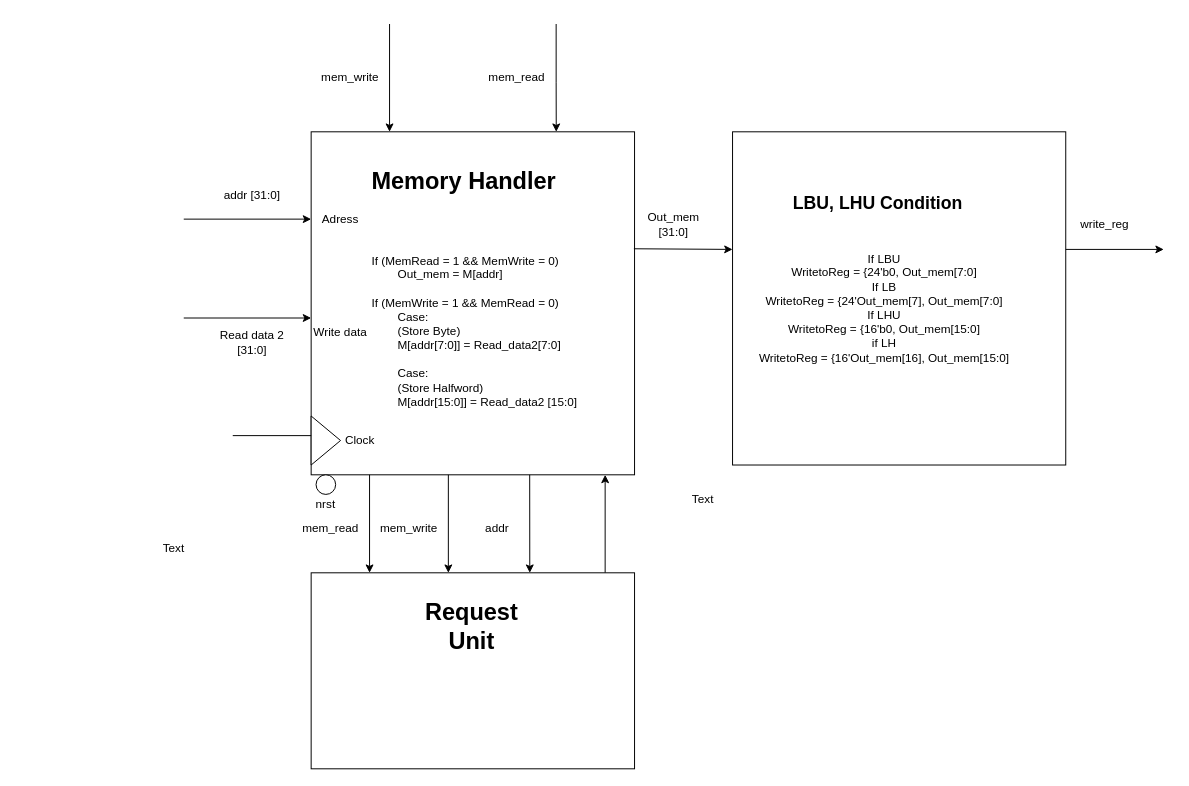
Above: RTL_Diagrams/Data_memory.drawio in limichael246/STARS_2024 (draw.io), before the change. Source tidied: cells renumbered, new cells numbered last; positions are measured from the earlier drawing's top-left corner, leaving out a move shared by most shapes. Both pictures are drawn from the tidied source at 98%, with x=0, y=0 at pixel (144, 24).
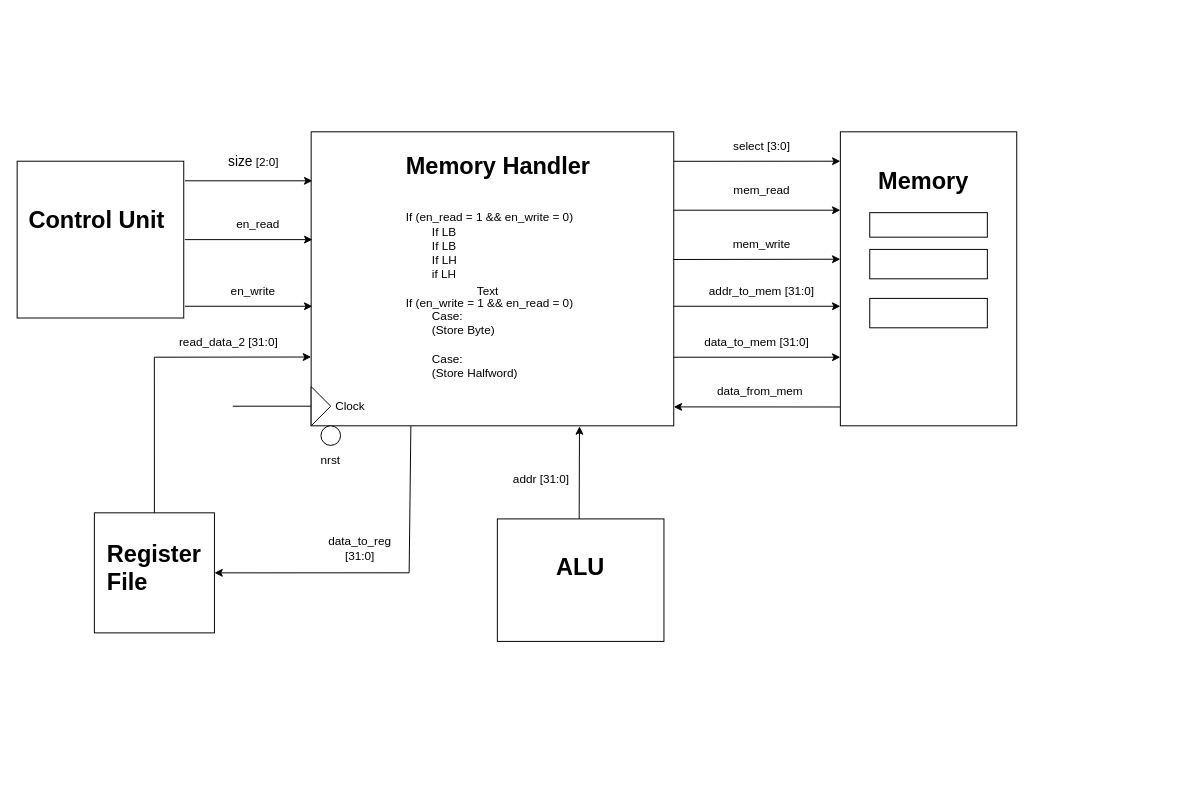
The same page after the edit.

The edit, as a diff of the source:
```diff
@@
     <mxCell id="2" style="rounded=0;whiteSpace=wrap;html=1;" parent="1" vertex="1">
-      <mxGeometry x="170" y="110" width="330" height="350" as="geometry" />
+      <mxGeometry x="170" y="110" width="370" height="300" as="geometry" />
     </mxCell>
     <mxCell id="3" style="endArrow=classic;html=1;rounded=0;entryX=-0.006;entryY=0.804;entryDx=0;entryDy=0;entryPerimeter=0;" parent="1" edge="1">
       <mxGeometry relative="1" as="geometry">
-        <mxPoint x="40" y="300" as="sourcePoint" />
-        <mxPoint x="170" y="300" as="targetPoint" />
+        <mxPoint x="41.2" y="220" as="sourcePoint" />
+        <mxPoint x="171.3" y="220" as="targetPoint" />
       </mxGeometry>
     </mxCell>
-    <mxCell id="4" value="Read data 2 [31:0]" style="text;html=1;align=center;verticalAlign=middle;whiteSpace=wrap;rounded=0;" parent="1" vertex="1">
-      <mxGeometry x="70" y="310" width="80" height="30" as="geometry" />
-    </mxCell>
     <mxCell id="5" style="endArrow=classic;html=1;rounded=0;" parent="1" edge="1">
       <mxGeometry relative="1" as="geometry">
-        <mxPoint x="40" y="199.1" as="sourcePoint" />
-        <mxPoint x="170" y="199.1" as="targetPoint" />
+        <mxPoint x="41.2" y="160" as="sourcePoint" />
+        <mxPoint x="171.2" y="160" as="targetPoint" />
       </mxGeometry>
     </mxCell>
-    <mxCell id="6" value="addr [31:0]" style="text;html=1;align=center;verticalAlign=middle;whiteSpace=wrap;rounded=0;" parent="1" vertex="1">
-      <mxGeometry x="70" y="160" width="80" height="30" as="geometry" />
-    </mxCell>
-    <mxCell id="7" value="Write data" style="text;html=1;align=center;verticalAlign=middle;whiteSpace=wrap;rounded=0;" parent="1" vertex="1">
-      <mxGeometry x="170" y="300" width="60" height="30" as="geometry" />
-    </mxCell>
-    <mxCell id="8" value="Adress" style="text;html=1;align=center;verticalAlign=middle;whiteSpace=wrap;rounded=0;" parent="1" vertex="1">
-      <mxGeometry x="170" y="185" width="60" height="30" as="geometry" />
-    </mxCell>
-    <mxCell id="9" style="endArrow=classic;html=1;rounded=0;entryX=0.342;entryY=-0.002;entryDx=0;entryDy=0;entryPerimeter=0;" parent="1" edge="1">
-      <mxGeometry relative="1" as="geometry">
-        <mxPoint x="250" as="sourcePoint" />
-        <mxPoint x="250" y="110" as="targetPoint" />
-      </mxGeometry>
-    </mxCell>
-    <mxCell id="10" value="mem_write" style="text;html=1;align=center;verticalAlign=middle;whiteSpace=wrap;rounded=0;" parent="1" vertex="1">
-      <mxGeometry x="180" y="40" width="60" height="30" as="geometry" />
-    </mxCell>
-    <mxCell id="11" style="endArrow=classic;html=1;rounded=0;entryX=0.839;entryY=0;entryDx=0;entryDy=0;entryPerimeter=0;" parent="1" edge="1">
-      <mxGeometry relative="1" as="geometry">
-        <mxPoint x="420" as="sourcePoint" />
-        <mxPoint x="420.1" y="110" as="targetPoint" />
-        <Array as="points">
-          <mxPoint x="420" y="60" />
-        </Array>
-      </mxGeometry>
-    </mxCell>
-    <mxCell id="12" value="mem_read" style="text;html=1;align=center;verticalAlign=middle;whiteSpace=wrap;rounded=0;" parent="1" vertex="1">
-      <mxGeometry x="350" y="40" width="60" height="30" as="geometry" />
-    </mxCell>
-    <mxCell id="13" style="endArrow=classic;html=1;rounded=0;exitX=0.998;exitY=0.341;exitDx=0;exitDy=0;exitPerimeter=0;" parent="1" edge="1" source="2">
-      <mxGeometry relative="1" as="geometry">
-        <mxPoint x="600" y="230" as="targetPoint" />
-      </mxGeometry>
-    </mxCell>
-    <mxCell id="14" value="&lt;h1 style=&quot;margin-top: 0px;&quot;&gt;Memory Handler&lt;/h1&gt;&lt;div&gt;&lt;br&gt;&lt;/div&gt;&lt;div&gt;&lt;br&gt;&lt;/div&gt;&lt;div&gt;&lt;br&gt;&lt;/div&gt;&lt;div&gt;If (MemRead = 1 &amp;amp;&amp;amp; MemWrite = 0)&amp;nbsp;&lt;/div&gt;&lt;div&gt;&lt;span style=&quot;white-space: pre;&quot;&gt;&#9;&lt;/span&gt;&lt;span style=&quot;background-color: initial;&quot;&gt;Out_mem = M[addr]&lt;/span&gt;&lt;br&gt;&lt;/div&gt;&lt;div&gt;&lt;br&gt;&lt;/div&gt;&lt;div&gt;If (MemWrite = 1 &amp;amp;&amp;amp; MemRead = 0)&lt;/div&gt;&lt;div&gt;&lt;span style=&quot;white-space: pre;&quot;&gt;&#9;&lt;/span&gt;Case:&amp;nbsp;&lt;/div&gt;&lt;div&gt;&lt;span style=&quot;white-space: pre;&quot;&gt;&#9;&lt;/span&gt;(Store Byte)&lt;br&gt;&lt;/div&gt;&lt;div&gt;&lt;span style=&quot;white-space: pre;&quot;&gt;&#9;&lt;/span&gt;M[addr[7:0]] = Read_data2[7:0]&lt;br&gt;&lt;/div&gt;&lt;div&gt;&lt;br&gt;&lt;/div&gt;&lt;div&gt;&lt;span style=&quot;white-space: pre;&quot;&gt;&#9;&lt;/span&gt;Case:&amp;nbsp;&lt;br&gt;&lt;/div&gt;&lt;div&gt;&lt;span style=&quot;white-space: pre;&quot;&gt;&#9;&lt;/span&gt;(Store Halfword)&lt;br&gt;&lt;/div&gt;&lt;div&gt;&lt;span style=&quot;white-space: pre;&quot;&gt;&#9;&lt;/span&gt;M[addr[15:0]] = Read_data2 [15:0]&lt;/div&gt;" style="text;html=1;whiteSpace=wrap;overflow=hidden;rounded=0;" parent="1" vertex="1">
-      <mxGeometry x="230" y="140" width="260" height="290" as="geometry" />
+    <mxCell id="14" value="&lt;h1 style=&quot;margin-top: 0px;&quot;&gt;Memory Handler&lt;/h1&gt;&lt;div&gt;&lt;br&gt;&lt;/div&gt;&lt;div&gt;If (en_read = 1 &amp;amp;&amp;amp; en_write = 0)&amp;nbsp;&lt;/div&gt;&lt;div&gt;&lt;span style=&quot;white-space: pre;&quot;&gt;&#9;&lt;/span&gt;&lt;span style=&quot;text-align: center; background-color: initial;&quot;&gt;If LB&lt;/span&gt;&lt;/div&gt;&lt;div&gt;&lt;span style=&quot;background-color: initial; text-align: center;&quot;&gt;&amp;nbsp; &amp;nbsp; &amp;nbsp; &amp;nbsp; If LB&lt;/span&gt;&lt;/div&gt;&lt;div&gt;&lt;span style=&quot;background-color: initial; text-align: center;&quot;&gt;&amp;nbsp; &amp;nbsp; &amp;nbsp; &amp;nbsp; If LH&lt;/span&gt;&lt;/div&gt;&lt;div&gt;&lt;span style=&quot;background-color: initial; text-align: center;&quot;&gt;&amp;nbsp; &amp;nbsp; &amp;nbsp; &amp;nbsp; if LH&lt;/span&gt;&lt;/div&gt;&lt;div&gt;&lt;span style=&quot;background-color: initial;&quot;&gt;&lt;br&gt;&lt;/span&gt;&lt;/div&gt;&lt;div&gt;&lt;span style=&quot;background-color: initial;&quot;&gt;If (en_write = 1 &amp;amp;&amp;amp; en_read = 0)&lt;/span&gt;&lt;/div&gt;&lt;div&gt;&lt;span style=&quot;white-space: pre;&quot;&gt;&#9;&lt;/span&gt;Case:&amp;nbsp;&lt;/div&gt;&lt;div&gt;&lt;span style=&quot;white-space: pre;&quot;&gt;&#9;&lt;/span&gt;(Store Byte)&lt;br&gt;&lt;/div&gt;&lt;div&gt;&lt;br&gt;&lt;/div&gt;&lt;div&gt;&lt;span style=&quot;white-space: pre;&quot;&gt;&#9;&lt;/span&gt;Case:&amp;nbsp;&lt;br&gt;&lt;/div&gt;&lt;div&gt;&lt;span style=&quot;white-space: pre;&quot;&gt;&#9;&lt;/span&gt;(Store Halfword)&lt;br&gt;&lt;/div&gt;&lt;div&gt;&lt;br&gt;&lt;/div&gt;" style="text;html=1;whiteSpace=wrap;overflow=hidden;rounded=0;" parent="1" vertex="1">
+      <mxGeometry x="265" y="125" width="260" height="265" as="geometry" />
     </mxCell>
-    <mxCell id="15" value="Out_mem [31:0]" style="text;html=1;align=center;verticalAlign=middle;whiteSpace=wrap;rounded=0;" parent="1" vertex="1">
-      <mxGeometry x="510" y="190" width="60" height="30" as="geometry" />
-    </mxCell>
-    <mxCell id="16" style="whiteSpace=wrap;html=1;" parent="1" vertex="1">
-      <mxGeometry x="600" y="110" width="340" height="340" as="geometry" />
-    </mxCell>
-    <mxCell id="17" value="If LBU&lt;div&gt;WritetoReg = {24'b0, Out_mem[7:0]&lt;/div&gt;&lt;div&gt;If LB&lt;/div&gt;&lt;div&gt;WritetoReg = {24'Out_mem[7], Out_mem[7:0]&lt;/div&gt;&lt;div&gt;If LHU&lt;/div&gt;&lt;div&gt;WritetoReg = {16'b0, Out_mem[15:0]&lt;/div&gt;&lt;div&gt;if LH&lt;/div&gt;&lt;div&gt;&lt;span style=&quot;background-color: initial;&quot;&gt;WritetoReg = {16'Out_mem[16], Out_mem[15:0]&lt;/span&gt;&lt;/div&gt;" style="text;html=1;align=center;verticalAlign=middle;whiteSpace=wrap;rounded=0;" parent="1" vertex="1">
-      <mxGeometry x="610" y="220" width="290" height="140" as="geometry" />
-    </mxCell>
-    <mxCell id="18" style="endArrow=classic;html=1;rounded=0;" parent="1" edge="1">
-      <mxGeometry relative="1" as="geometry">
-        <mxPoint x="940" y="230" as="sourcePoint" />
-        <mxPoint x="1040" y="230" as="targetPoint" />
-      </mxGeometry>
-    </mxCell>
-    <mxCell id="19" value="write_reg" style="text;html=1;align=center;verticalAlign=middle;whiteSpace=wrap;rounded=0;" parent="1" vertex="1">
-      <mxGeometry x="950" y="190" width="60" height="30" as="geometry" />
-    </mxCell>
-    <mxCell id="20" value="&lt;h1 style=&quot;margin-top: 0px;&quot;&gt;&lt;font style=&quot;font-size: 18px;&quot;&gt;LBU, LHU Condition&lt;/font&gt;&lt;/h1&gt;" style="text;html=1;whiteSpace=wrap;overflow=hidden;rounded=0;" parent="1" vertex="1">
-      <mxGeometry x="660" y="160" width="180" height="50" as="geometry" />
-    </mxCell>
-    <mxCell id="21" style="endArrow=classic;html=1;rounded=0;" parent="1" edge="1">
+    <mxCell id="21" style="endArrow=classic;html=1;rounded=0;entryX=0.74;entryY=1.002;entryDx=0;entryDy=0;entryPerimeter=0;" parent="1" edge="1" target="2">
       <mxGeometry relative="1" as="geometry">
-        <mxPoint x="470" y="560" as="sourcePoint" />
-        <mxPoint x="470" y="460" as="targetPoint" />
+        <mxPoint x="443.5" y="505" as="sourcePoint" />
       </mxGeometry>
     </mxCell>
-    <mxCell id="22" style="endArrow=classic;html=1;rounded=0;" parent="1" edge="1">
-      <mxGeometry relative="1" as="geometry">
-        <mxPoint x="229.6" y="460" as="sourcePoint" />
-        <mxPoint x="229.6" y="560" as="targetPoint" />
-      </mxGeometry>
-    </mxCell>
     <mxCell id="23" style="triangle;whiteSpace=wrap;html=1;" parent="1" vertex="1">
-      <mxGeometry x="170" y="400" width="30" height="50" as="geometry" />
+      <mxGeometry x="170" y="370" width="20" height="40" as="geometry" />
     </mxCell>
     <mxCell id="24" style="endArrow=none;html=1;rounded=0;" parent="1" edge="1">
       <mxGeometry relative="1" as="geometry">
-        <mxPoint x="90" y="420" as="sourcePoint" />
-        <mxPoint x="170" y="420" as="targetPoint" />
+        <mxPoint x="90" y="390" as="sourcePoint" />
+        <mxPoint x="170" y="390" as="targetPoint" />
       </mxGeometry>
     </mxCell>
     <mxCell id="25" value="Clock" style="text;html=1;align=center;verticalAlign=middle;whiteSpace=wrap;rounded=0;" parent="1" vertex="1">
-      <mxGeometry x="190" y="410" width="60" height="30" as="geometry" />
+      <mxGeometry x="180" y="375" width="60" height="30" as="geometry" />
     </mxCell>
     <mxCell id="26" style="ellipse;whiteSpace=wrap;html=1;" parent="1" vertex="1">
-      <mxGeometry x="175" y="460" width="20" height="20" as="geometry" />
+      <mxGeometry x="180" y="410" width="20" height="20" as="geometry" />
     </mxCell>
     <mxCell id="27" value="nrst" style="text;html=1;align=center;verticalAlign=middle;whiteSpace=wrap;rounded=0;" parent="1" vertex="1">
-      <mxGeometry x="155" y="475" width="60" height="30" as="geometry" />
+      <mxGeometry x="160" y="430" width="60" height="30" as="geometry" />
     </mxCell>
-    <mxCell id="28" style="endArrow=classic;html=1;rounded=0;" parent="1" edge="1">
-      <mxGeometry relative="1" as="geometry">
-        <mxPoint x="310" y="460" as="sourcePoint" />
-        <mxPoint x="310" y="560" as="targetPoint" />
-      </mxGeometry>
-    </mxCell>
     <mxCell id="29" style="rounded=0;whiteSpace=wrap;html=1;" parent="1" vertex="1">
-      <mxGeometry x="170" y="560" width="330" height="200" as="geometry" />
+      <mxGeometry x="360" y="505" width="170" height="125" as="geometry" />
     </mxCell>
-    <mxCell id="30" value="&lt;font style=&quot;font-size: 24px;&quot;&gt;&lt;b&gt;Request Unit&lt;/b&gt;&lt;/font&gt;" style="text;html=1;align=center;verticalAlign=middle;whiteSpace=wrap;rounded=0;" parent="1" vertex="1">
-      <mxGeometry x="274" y="600" width="120" height="30" as="geometry" />
+    <mxCell id="30" value="&lt;font style=&quot;font-size: 24px;&quot;&gt;&lt;b&gt;ALU&lt;/b&gt;&lt;/font&gt;" style="text;html=1;align=center;verticalAlign=middle;whiteSpace=wrap;rounded=0;" parent="1" vertex="1">
+      <mxGeometry x="385" y="540" width="120" height="30" as="geometry" />
     </mxCell>
-    <mxCell id="31" style="endArrow=classic;html=1;rounded=0;entryX=0.5;entryY=0;entryDx=0;entryDy=0;exitX=0.609;exitY=1;exitDx=0;exitDy=0;exitPerimeter=0;" parent="1" edge="1">
-      <mxGeometry relative="1" as="geometry">
-        <mxPoint x="393" y="460" as="sourcePoint" />
-        <mxPoint x="393.1" y="560" as="targetPoint" />
-      </mxGeometry>
-    </mxCell>
-    <mxCell id="32" value="Text" style="text;html=1;align=center;verticalAlign=middle;whiteSpace=wrap;rounded=0;" parent="1" vertex="1">
-      <mxGeometry y="520" width="60" height="30" as="geometry" />
-    </mxCell>
-    <mxCell id="33" value="mem_read" style="text;html=1;align=center;verticalAlign=middle;whiteSpace=wrap;rounded=0;" parent="1" vertex="1">
-      <mxGeometry x="160" y="500" width="60" height="30" as="geometry" />
-    </mxCell>
-    <mxCell id="34" value="mem_write" style="text;html=1;align=center;verticalAlign=middle;whiteSpace=wrap;rounded=0;" parent="1" vertex="1">
-      <mxGeometry x="240" y="500" width="60" height="30" as="geometry" />
-    </mxCell>
-    <mxCell id="35" value="Text" style="text;html=1;align=center;verticalAlign=middle;whiteSpace=wrap;rounded=0;" parent="1" vertex="1">
-      <mxGeometry x="540" y="470" width="60" height="30" as="geometry" />
-    </mxCell>
-    <mxCell id="36" value="addr" style="text;html=1;align=center;verticalAlign=middle;whiteSpace=wrap;rounded=0;" parent="1" vertex="1">
-      <mxGeometry x="330" y="500" width="60" height="30" as="geometry" />
+    <mxCell id="36" value="addr [31:0]" style="text;html=1;align=center;verticalAlign=middle;whiteSpace=wrap;rounded=0;" parent="1" vertex="1">
+      <mxGeometry x="375" y="450" width="60" height="30" as="geometry" />
     </mxCell>
+    <mxCell id="37" value="Text" style="text;html=1;align=center;verticalAlign=middle;strokeColor=none;fillColor=none;" parent="1" vertex="1">
+      <mxGeometry x="325" y="258" width="50" height="30" as="geometry" />
+    </mxCell>
+    <mxCell id="38" value="&lt;font style=&quot;font-size: 14px;&quot;&gt;size&lt;/font&gt;&amp;nbsp;[2:0]" style="text;html=1;align=center;verticalAlign=middle;strokeColor=none;fillColor=none;" parent="1" vertex="1">
+      <mxGeometry x="71.2" y="125" width="80" height="30" as="geometry" />
+    </mxCell>
+    <mxCell id="39" value="en_read" style="text;html=1;align=center;verticalAlign=middle;whiteSpace=wrap;rounded=0;" parent="1" vertex="1">
+      <mxGeometry x="86.2" y="190" width="60" height="30" as="geometry" />
+    </mxCell>
+    <mxCell id="40" style="endArrow=classic;html=1;rounded=0;" parent="1" edge="1">
+      <mxGeometry relative="1" as="geometry">
+        <mxPoint x="41.2" y="288" as="sourcePoint" />
+        <mxPoint x="171.2" y="288" as="targetPoint" />
+      </mxGeometry>
+    </mxCell>
+    <mxCell id="41" value="en_write" style="text;html=1;align=center;verticalAlign=middle;whiteSpace=wrap;rounded=0;" parent="1" vertex="1">
+      <mxGeometry x="81.2" y="258" width="60" height="30" as="geometry" />
+    </mxCell>
+    <mxCell id="42" style="whiteSpace=wrap;html=1;" parent="1" vertex="1">
+      <mxGeometry x="-51.2" y="498.8" width="122.5" height="122.5" as="geometry" />
+    </mxCell>
+    <mxCell id="43" style="endArrow=classic;html=1;rounded=0;exitX=0.275;exitY=1.001;exitDx=0;exitDy=0;exitPerimeter=0;entryX=1;entryY=0.5;entryDx=0;entryDy=0;" parent="1" edge="1" source="2" target="42">
+      <mxGeometry relative="1" as="geometry">
+        <Array as="points">
+          <mxPoint x="270" y="560" />
+        </Array>
+      </mxGeometry>
+    </mxCell>
+    <mxCell id="44" value="&lt;h1 style=&quot;margin-top: 0px;&quot;&gt;&lt;br&gt;&lt;/h1&gt;" style="text;html=1;whiteSpace=wrap;overflow=hidden;rounded=0;" parent="1" vertex="1">
+      <mxGeometry x="120" y="460" width="180" height="120" as="geometry" />
+    </mxCell>
+    <mxCell id="45" value="&lt;h1 style=&quot;margin-top: 0px;&quot;&gt;Register File&lt;/h1&gt;" style="text;html=1;whiteSpace=wrap;overflow=hidden;rounded=0;" parent="1" vertex="1">
+      <mxGeometry x="-40" y="520" width="100" height="80" as="geometry" />
+    </mxCell>
+    <mxCell id="46" value="data_to_reg [31:0]" style="text;html=1;align=center;verticalAlign=middle;whiteSpace=wrap;rounded=0;" parent="1" vertex="1">
+      <mxGeometry x="190" y="520" width="60" height="30" as="geometry" />
+    </mxCell>
+    <mxCell id="47" style="endArrow=classic;html=1;rounded=0;exitX=0.5;exitY=0;exitDx=0;exitDy=0;entryX=0;entryY=0.766;entryDx=0;entryDy=0;entryPerimeter=0;" parent="1" edge="1" source="42" target="2">
+      <mxGeometry relative="1" as="geometry">
+        <Array as="points">
+          <mxPoint x="10" y="340" />
+        </Array>
+      </mxGeometry>
+    </mxCell>
+    <mxCell id="48" value="read_data_2 [31:0]" style="text;html=1;align=center;verticalAlign=middle;whiteSpace=wrap;rounded=0;" parent="1" vertex="1">
+      <mxGeometry x="26.2" y="310" width="120" height="30" as="geometry" />
+    </mxCell>
+    <mxCell id="49" style="rounded=0;whiteSpace=wrap;html=1;" parent="1" vertex="1">
+      <mxGeometry x="-130" y="140" width="170" height="160" as="geometry" />
+    </mxCell>
+    <mxCell id="50" value="&lt;h1 style=&quot;margin-top: 0px;&quot;&gt;Control Unit&lt;/h1&gt;" style="text;html=1;whiteSpace=wrap;overflow=hidden;rounded=0;" parent="1" vertex="1">
+      <mxGeometry x="-120" y="180" width="160" height="70" as="geometry" />
+    </mxCell>
+    <mxCell id="51" style="endArrow=classic;html=1;rounded=0;" parent="1" edge="1">
+      <mxGeometry relative="1" as="geometry">
+        <mxPoint x="540" y="190" as="sourcePoint" />
+        <mxPoint x="710" y="190" as="targetPoint" />
+      </mxGeometry>
+    </mxCell>
+    <mxCell id="52" style="endArrow=classic;html=1;rounded=0;" parent="1" edge="1">
+      <mxGeometry relative="1" as="geometry">
+        <mxPoint x="540" y="240.3" as="sourcePoint" />
+        <mxPoint x="710" y="240" as="targetPoint" />
+      </mxGeometry>
+    </mxCell>
+    <mxCell id="53" style="endArrow=classic;html=1;rounded=0;" parent="1" edge="1">
+      <mxGeometry relative="1" as="geometry">
+        <mxPoint x="540" y="288" as="sourcePoint" />
+        <mxPoint x="710" y="288" as="targetPoint" />
+      </mxGeometry>
+    </mxCell>
+    <mxCell id="54" style="endArrow=classic;html=1;rounded=0;" parent="1" edge="1">
+      <mxGeometry relative="1" as="geometry">
+        <mxPoint x="540" y="340" as="sourcePoint" />
+        <mxPoint x="710" y="340" as="targetPoint" />
+      </mxGeometry>
+    </mxCell>
+    <mxCell id="55" style="endArrow=classic;html=1;rounded=0;exitX=0;exitY=0.936;exitDx=0;exitDy=0;exitPerimeter=0;" parent="1" edge="1" source="56">
+      <mxGeometry relative="1" as="geometry">
+        <mxPoint x="540" y="390.7" as="targetPoint" />
+      </mxGeometry>
+    </mxCell>
+    <mxCell id="56" style="rounded=0;whiteSpace=wrap;html=1;" parent="1" vertex="1">
+      <mxGeometry x="710" y="110" width="180" height="300" as="geometry" />
+    </mxCell>
+    <mxCell id="57" value="&lt;h1 style=&quot;margin-top: 0px;&quot;&gt;Memory&lt;/h1&gt;" style="text;html=1;whiteSpace=wrap;overflow=hidden;rounded=0;" parent="1" vertex="1">
+      <mxGeometry x="747" y="140" width="120" height="70" as="geometry" />
+    </mxCell>
+    <mxCell id="58" value="mem_read" style="text;html=1;align=center;verticalAlign=middle;whiteSpace=wrap;rounded=0;" parent="1" vertex="1">
+      <mxGeometry x="600" y="155" width="60" height="30" as="geometry" />
+    </mxCell>
+    <mxCell id="59" value="mem_write" style="text;html=1;align=center;verticalAlign=middle;whiteSpace=wrap;rounded=0;" parent="1" vertex="1">
+      <mxGeometry x="600" y="210" width="60" height="30" as="geometry" />
+    </mxCell>
+    <mxCell id="60" style="endArrow=classic;html=1;rounded=0;entryX=0;entryY=0.133;entryDx=0;entryDy=0;entryPerimeter=0;" parent="1" edge="1">
+      <mxGeometry relative="1" as="geometry">
+        <mxPoint x="540" y="140.1" as="sourcePoint" />
+        <mxPoint x="710" y="140" as="targetPoint" />
+      </mxGeometry>
+    </mxCell>
+    <mxCell id="61" value="select [3:0]" style="text;html=1;align=center;verticalAlign=middle;whiteSpace=wrap;rounded=0;" parent="1" vertex="1">
+      <mxGeometry x="590" y="110" width="80" height="30" as="geometry" />
+    </mxCell>
+    <mxCell id="62" value="addr_to_mem [31:0]" style="text;html=1;align=center;verticalAlign=middle;whiteSpace=wrap;rounded=0;" parent="1" vertex="1">
+      <mxGeometry x="565" y="258" width="130" height="30" as="geometry" />
+    </mxCell>
+    <mxCell id="63" value="data_to_mem [31:0]" style="text;html=1;align=center;verticalAlign=middle;whiteSpace=wrap;rounded=0;" parent="1" vertex="1">
+      <mxGeometry x="560" y="310" width="130" height="30" as="geometry" />
+    </mxCell>
+    <mxCell id="64" value="data_from_mem&amp;nbsp;" style="text;html=1;align=center;verticalAlign=middle;whiteSpace=wrap;rounded=0;" parent="1" vertex="1">
+      <mxGeometry x="600" y="360" width="60" height="30" as="geometry" />
+    </mxCell>
+    <mxCell id="65" style="rounded=0;whiteSpace=wrap;html=1;" parent="1" vertex="1">
+      <mxGeometry x="740" y="192.5" width="120" height="25" as="geometry" />
+    </mxCell>
+    <mxCell id="66" style="rounded=0;whiteSpace=wrap;html=1;" parent="1" vertex="1">
+      <mxGeometry x="740" y="230" width="120" height="30" as="geometry" />
+    </mxCell>
+    <mxCell id="67" style="rounded=0;whiteSpace=wrap;html=1;" parent="1" vertex="1">
+      <mxGeometry x="740" y="280" width="120" height="30" as="geometry" />
+    </mxCell>
```
